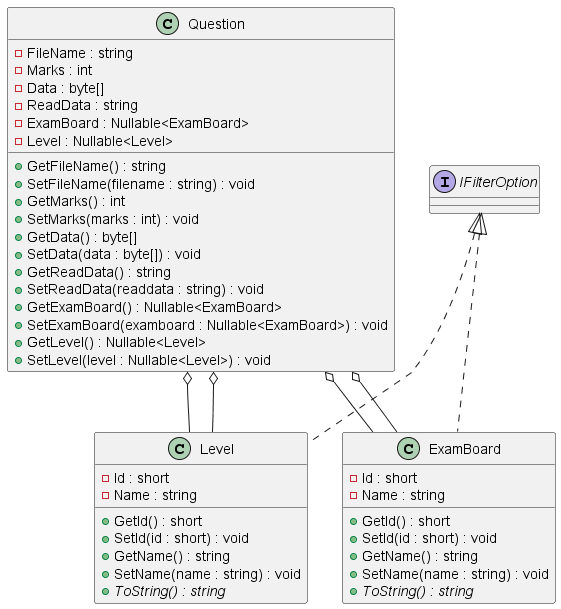
Earlier version of the PlantUML export PlantUML_001.png (HaroldIV/CourseworkPastPaperApplication2). Source of this version:
```plantuml
@startuml

class Question {
    - FileName : string
+ GetFileName() : string
+ SetFileName(filename : string) : void
- Marks : int
+ GetMarks() : int
+ SetMarks(marks : int) : void
- Data : byte[]
+ GetData() : byte[]
+ SetData(data : byte[]) : void
- ReadData : string
+ GetReadData() : string
+ SetReadData(readdata : string) : void
- ExamBoard : Nullable<ExamBoard>
+ GetExamBoard() : Nullable<ExamBoard>
+ SetExamBoard(examboard : Nullable<ExamBoard>) : void
- Level : Nullable<Level>
+ GetLevel() : Nullable<Level>
+ SetLevel(level : Nullable<Level>) : void
}
Question o-- Level
Question o-- ExamBoard

class Level implements IFilterOption {
    - Id : short
+ GetId() : short
+ SetId(id : short) : void
- Name : string
+ GetName() : string
+ SetName(name : string) : void
    + {abstract} ToString() : string
}

class ExamBoard implements IFilterOption
{
    - Id : short
+ GetId() : short
+ SetId(id : short) : void
- Name : string
+ GetName() : string
+ SetName(name : string) : void
    + {abstract} ToString() : string
}

Question o-- Level
Question o-- ExamBoard

@enduml
```
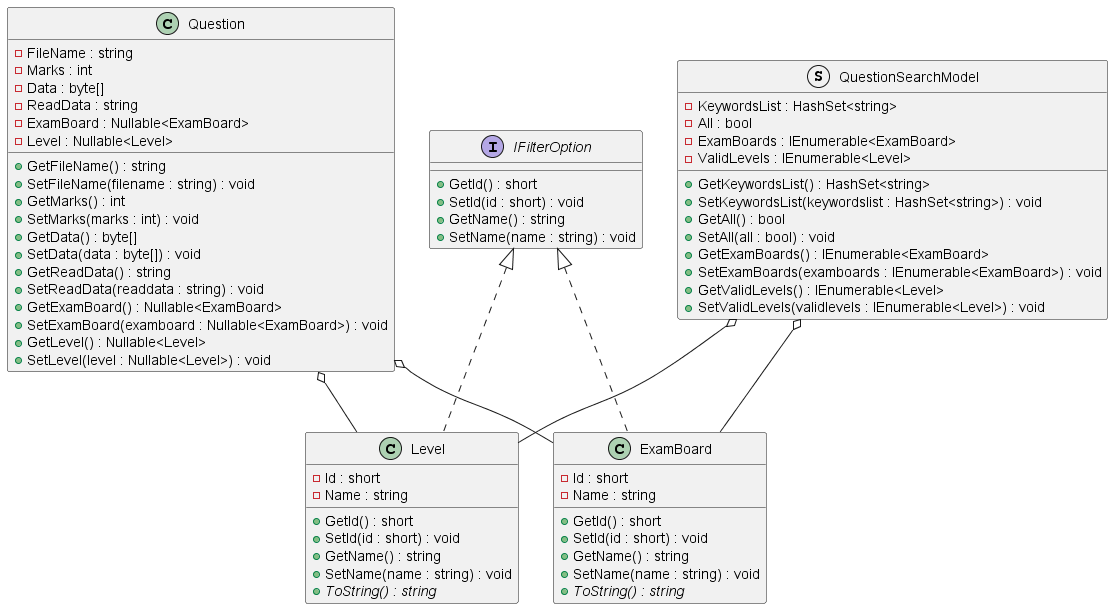
The same file after the commit.

Diff of the diagram source:
```diff
@@ -23,6 +23,32 @@
 Question o-- Level
 Question o-- ExamBoard
 
+
+interface IFilterOption {
++ GetId() : short
++ SetId(id : short) : void
++ GetName() : string
++ SetName(name : string) : void
+}
+
+struct QuestionSearchModel
+{
+- KeywordsList : HashSet<string>
++ GetKeywordsList() : HashSet<string>
++ SetKeywordsList(keywordslist : HashSet<string>) : void
+- All : bool
++ GetAll() : bool
++ SetAll(all : bool) : void
+- ExamBoards : IEnumerable<ExamBoard>
++ GetExamBoards() : IEnumerable<ExamBoard>
++ SetExamBoards(examboards : IEnumerable<ExamBoard>) : void
+- ValidLevels : IEnumerable<Level>
++ GetValidLevels() : IEnumerable<Level>
++ SetValidLevels(validlevels : IEnumerable<Level>) : void
+}
+QuestionSearchModel o-- ExamBoard
+QuestionSearchModel o-- Level
+
 class Level implements IFilterOption {
     - Id : short
 + GetId() : short
@@ -44,7 +70,6 @@
     + {abstract} ToString() : string
 }
 
-Question o-- Level
-Question o-- ExamBoard
+
 
 @enduml
```
